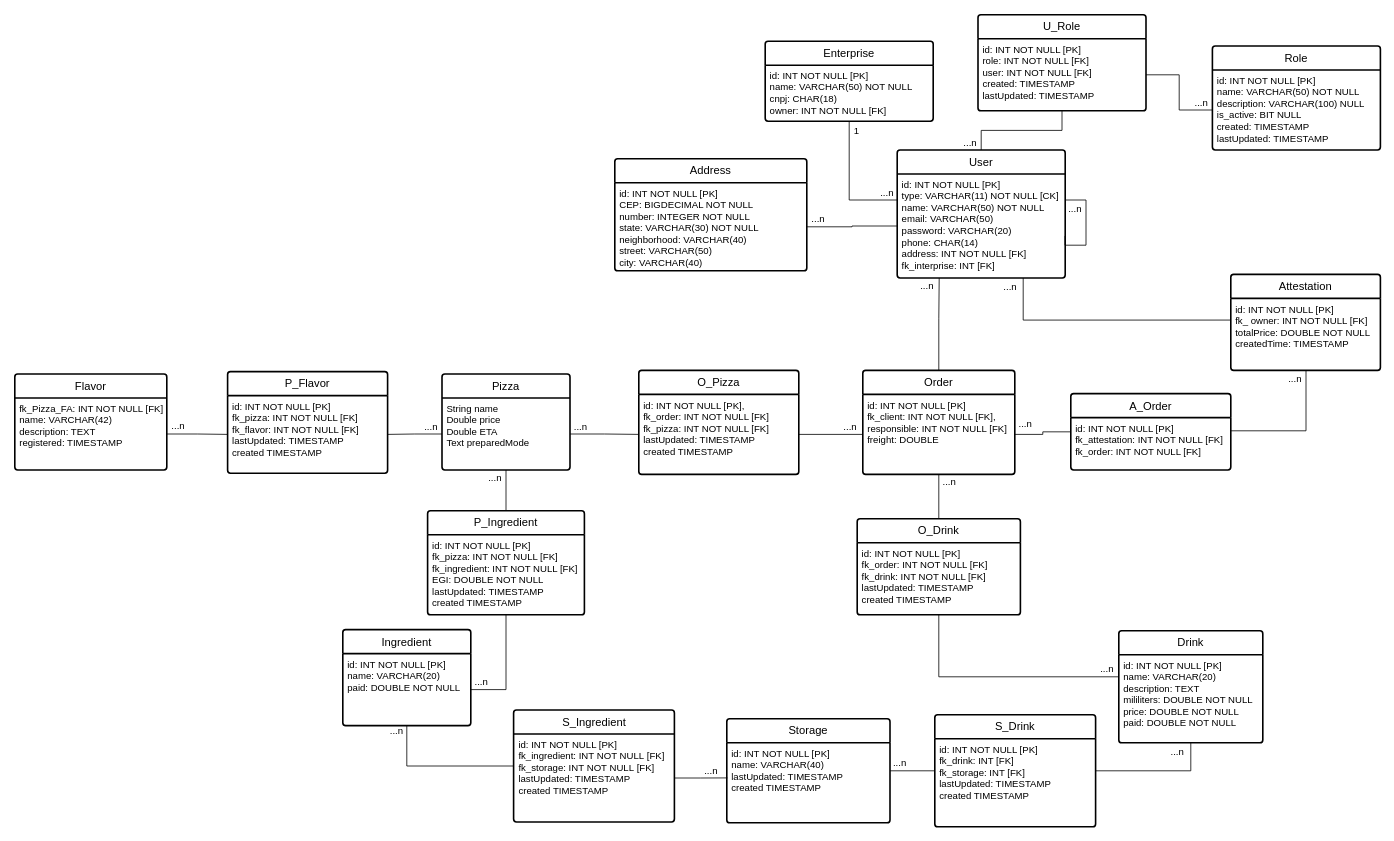
Earlier version of the draw.io diagram page "Sketch_1-DER" (2 of 2) of DER Orderize.drawio (Sant-Thiago/Estudos). Source tidied: cells renumbered, new cells numbered last; positions are measured from the earlier drawing's top-left corner, leaving out a move shared by most shapes. Both pictures are drawn from the tidied source at 80%, with x=0, y=0 at pixel (14, 14).
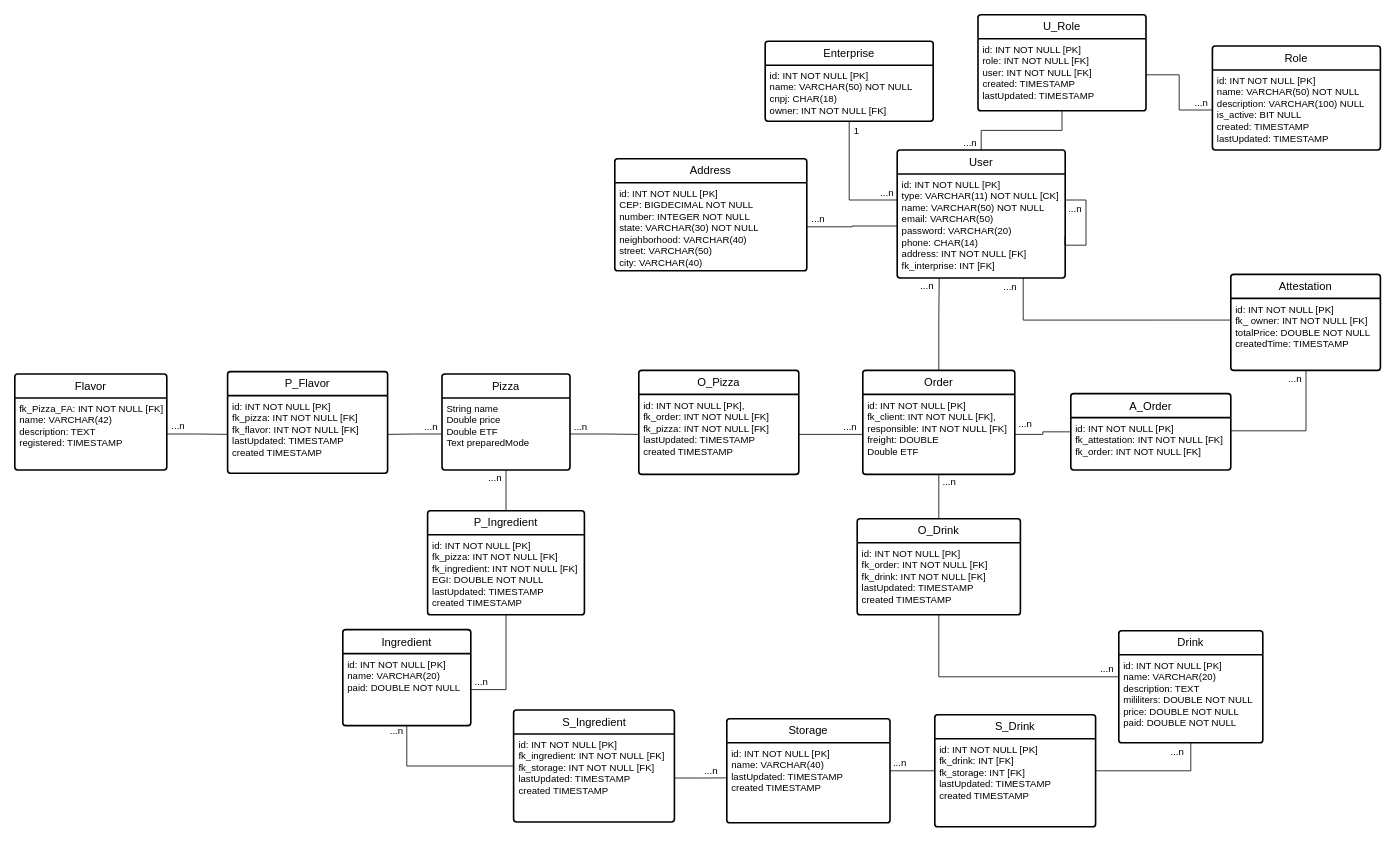
Above is the later version.

The change refers to these unchanged cells:
```xml
<mxCell id="11" value="Pizza" style="swimlane;horizontal=1;startSize=30;rounded=1;fontSize=14;fontStyle=0;strokeWidth=2;shadow=0;dashed=0;align=center;arcSize=4;whiteSpace=wrap;html=1;" parent="1" vertex="1">
  <mxGeometry x="534" y="449" width="160" height="120" as="geometry" />
</mxCell>
<mxCell id="14" value="Ord&lt;span style=&quot;background-color: initial;&quot;&gt;er&lt;/span&gt;" style="swimlane;horizontal=1;startSize=30;rounded=1;fontSize=14;fontStyle=0;strokeWidth=2;shadow=0;dashed=0;align=center;arcSize=4;whiteSpace=wrap;html=1;" parent="1" vertex="1">
  <mxGeometry x="1060" y="444.5" width="190" height="130" as="geometry" />
</mxCell>
```

The edit, as a diff of the source:
```diff
@@
-    <mxCell id="12" value="&lt;div&gt;String name&lt;/div&gt;&lt;div&gt;Double price&lt;span style=&quot;background-color: initial;&quot;&gt;&amp;nbsp;&lt;/span&gt;&lt;/div&gt;&lt;div&gt;Double&amp;nbsp;ETA&lt;/div&gt;&lt;div&gt;Text preparedMode&lt;/div&gt;" style="align=left;strokeColor=none;fillColor=none;spacingLeft=4;fontSize=12;verticalAlign=top;html=1;" parent="11" vertex="1">
+    <mxCell id="12" value="&lt;div&gt;String name&lt;/div&gt;&lt;div&gt;Double price&lt;span style=&quot;background-color: initial;&quot;&gt;&amp;nbsp;&lt;/span&gt;&lt;/div&gt;&lt;div&gt;Double&amp;nbsp;ETF&lt;/div&gt;&lt;div&gt;Text preparedMode&lt;/div&gt;" style="align=left;strokeColor=none;fillColor=none;spacingLeft=4;fontSize=12;verticalAlign=top;html=1;" parent="11" vertex="1">
       <mxGeometry y="30" width="160" height="90" as="geometry" />
     </mxCell>
@@
-    <mxCell id="15" value="&lt;div&gt;id: INT NOT NULL [PK]&lt;/div&gt;fk_client: INT NOT NULL [FK],&lt;br&gt;&lt;div&gt;&lt;span style=&quot;background-color: initial;&quot;&gt;responsible:&amp;nbsp;&lt;/span&gt;INT NOT NULL [FK]&lt;/div&gt;&lt;div&gt;&lt;span style=&quot;background-color: initial;&quot;&gt;freight:&amp;nbsp;&lt;/span&gt;DOUBLE&amp;nbsp;&lt;/div&gt;" style="align=left;strokeColor=none;fillColor=none;spacingLeft=4;fontSize=12;verticalAlign=top;html=1;" parent="14" vertex="1">
+    <mxCell id="15" value="&lt;div&gt;id: INT NOT NULL [PK]&lt;/div&gt;fk_client: INT NOT NULL [FK],&lt;br&gt;&lt;div&gt;&lt;span style=&quot;background-color: initial;&quot;&gt;responsible:&amp;nbsp;&lt;/span&gt;INT NOT NULL [FK]&lt;/div&gt;&lt;div&gt;&lt;span style=&quot;background-color: initial;&quot;&gt;freight:&amp;nbsp;&lt;/span&gt;DOUBLE &lt;br&gt;&lt;/div&gt;&lt;div&gt;Double ETF&lt;br&gt;&lt;/div&gt;" style="align=left;strokeColor=none;fillColor=none;spacingLeft=4;fontSize=12;verticalAlign=top;html=1;" parent="14" vertex="1">
       <mxGeometry y="30" width="190" height="100" as="geometry" />
     </mxCell>
```
